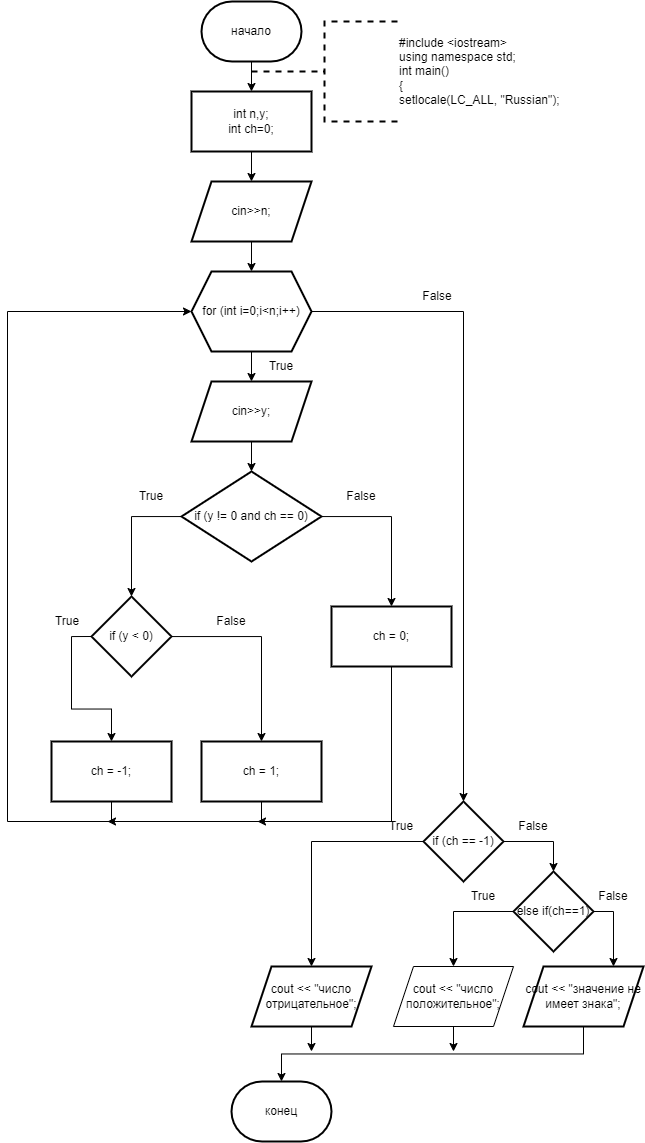
ksinph/PSTU_LABS_2023 keeps this draw.io diagram as 2_11.drawio.png. Above is the earlier version. Source tidied: cells renumbered, new cells last; positions are measured from the earlier drawing's top-left corner, leaving out a move shared by most shapes.
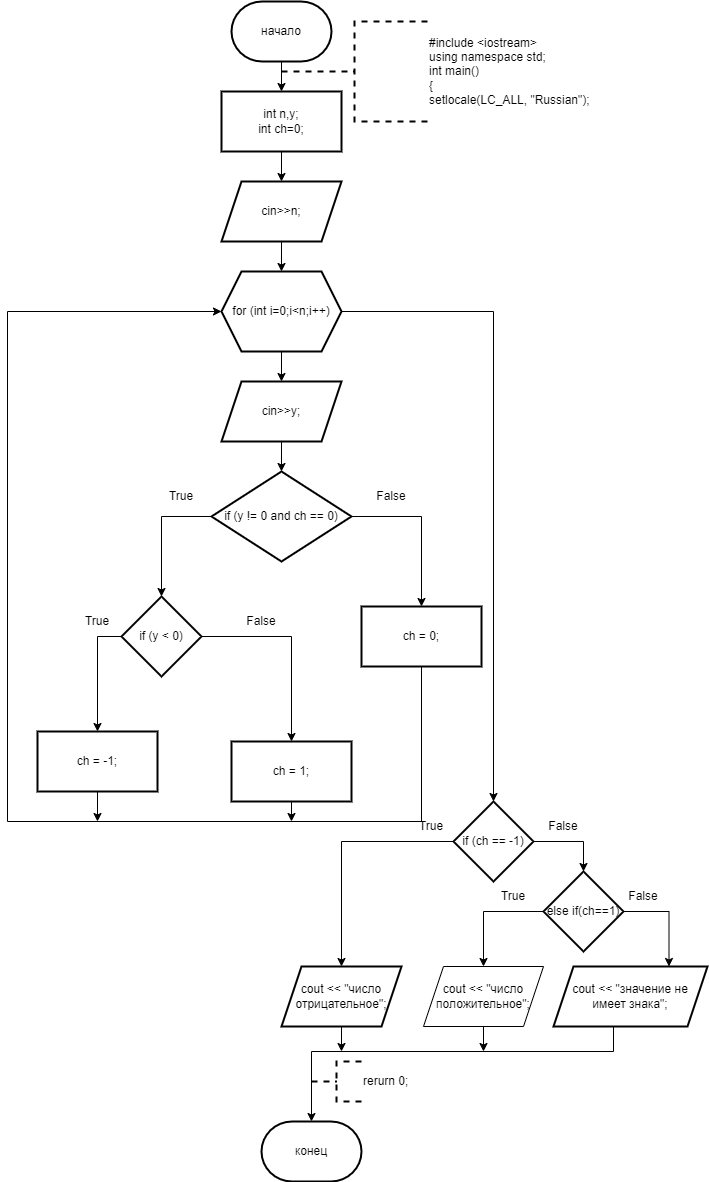
Above is the later version.

Change to the diagram source:
```diff
@@ -53,37 +53,31 @@
     <mxCell id="18" value="if (y &amp;lt; 0)" style="rhombus;whiteSpace=wrap;html=1;strokeWidth=2;" parent="1" vertex="1">
       <mxGeometry x="84" y="595" width="80" height="80" as="geometry" />
     </mxCell>
-    <mxCell id="19" style="edgeStyle=orthogonalEdgeStyle;rounded=0;jettySize=auto;html=1;exitX=0.5;exitY=1;exitDx=0;exitDy=0;entryX=0;entryY=0.5;entryDx=0;entryDy=0;" parent="1" edge="1" source="20" target="10">
-      <mxGeometry relative="1" as="geometry">
-        <Array as="points">
-          <mxPoint x="104" y="820" />
-          <mxPoint y="820" />
-          <mxPoint y="310" />
-        </Array>
-      </mxGeometry>
-    </mxCell>
+    <mxCell id="49" style="edgeStyle=orthogonalEdgeStyle;rounded=0;jettySize=auto;html=1;exitX=0.5;exitY=1;exitDx=0;exitDy=0;" parent="1" edge="1" source="20">
+      <mxGeometry relative="1" as="geometry">
+        <mxPoint x="60" y="820" as="targetPoint" />
+      </mxGeometry>
+    </mxCell>
     <mxCell id="20" value="ch = -1;" style="whiteSpace=wrap;html=1;strokeWidth=2;" parent="1" vertex="1">
-      <mxGeometry x="44" y="740" width="120" height="60" as="geometry" />
+      <mxGeometry y="730" width="120" height="60" as="geometry" />
     </mxCell>
-    <mxCell id="21" style="edgeStyle=orthogonalEdgeStyle;rounded=0;jettySize=auto;html=1;exitX=0.5;exitY=1;exitDx=0;exitDy=0;" parent="1" edge="1" source="22">
-      <mxGeometry relative="1" as="geometry">
-        <mxPoint x="100" y="820" as="targetPoint" />
-        <Array as="points">
-          <mxPoint x="254" y="820" />
-        </Array>
-      </mxGeometry>
-    </mxCell>
+    <mxCell id="50" style="edgeStyle=orthogonalEdgeStyle;rounded=0;jettySize=auto;html=1;exitX=0.5;exitY=1;exitDx=0;exitDy=0;" parent="1" edge="1" source="22">
+      <mxGeometry relative="1" as="geometry">
+        <mxPoint x="254" y="820" as="targetPoint" />
+      </mxGeometry>
+    </mxCell>
     <mxCell id="22" value="ch = 1;" style="whiteSpace=wrap;html=1;strokeWidth=2;" parent="1" vertex="1">
       <mxGeometry x="194" y="740" width="120" height="60" as="geometry" />
     </mxCell>
-    <mxCell id="23" style="edgeStyle=orthogonalEdgeStyle;rounded=0;jettySize=auto;html=1;exitX=0.5;exitY=1;exitDx=0;exitDy=0;" parent="1" edge="1" source="24">
-      <mxGeometry relative="1" as="geometry">
-        <mxPoint x="250" y="820" as="targetPoint" />
-        <Array as="points">
-          <mxPoint x="384" y="820" />
-        </Array>
-      </mxGeometry>
-    </mxCell>
+    <mxCell id="51" style="edgeStyle=orthogonalEdgeStyle;rounded=0;jettySize=auto;html=1;exitX=0.5;exitY=1;exitDx=0;exitDy=0;entryX=0;entryY=0.5;entryDx=0;entryDy=0;" parent="1" edge="1" source="24" target="10">
+      <mxGeometry relative="1" as="geometry">
+        <Array as="points">
+          <mxPoint x="384" y="820" />
+          <mxPoint x="-30" y="820" />
+          <mxPoint x="-30" y="310" />
+        </Array>
+      </mxGeometry>
+    </mxCell>
     <mxCell id="24" value="ch = 0;" style="whiteSpace=wrap;html=1;strokeWidth=2;" parent="1" vertex="1">
       <mxGeometry x="324" y="605" width="120" height="60" as="geometry" />
     </mxCell>
@@ -122,23 +116,22 @@
       <mxGeometry x="386" y="965" width="120" height="60" as="geometry" />
     </mxCell>
     <mxCell id="35" value="cout &amp;lt;&amp;lt; &quot;значение не имеет знака&quot;;" style="shape=parallelogram;perimeter=parallelogramPerimeter;whiteSpace=wrap;html=1;fixedSize=1;strokeWidth=2;" parent="1" vertex="1">
-      <mxGeometry x="516" y="965" width="120" height="60" as="geometry" />
+      <mxGeometry x="516" y="965" width="154" height="60" as="geometry" />
     </mxCell>
     <mxCell id="36" value="конец" style="strokeWidth=2;html=1;shape=mxgraph.flowchart.terminator;whiteSpace=wrap;" parent="1" vertex="1">
-      <mxGeometry x="224" y="1080" width="100" height="60" as="geometry" />
+      <mxGeometry x="224" y="1120" width="100" height="60" as="geometry" />
     </mxCell>
     <mxCell id="37" style="edgeStyle=orthogonalEdgeStyle;rounded=0;jettySize=auto;html=1;exitX=0.5;exitY=1;exitDx=0;exitDy=0;entryX=0.5;entryY=0;entryDx=0;entryDy=0;entryPerimeter=0;" parent="1" edge="1" source="35" target="36">
-      <mxGeometry relative="1" as="geometry" />
+      <mxGeometry relative="1" as="geometry">
+        <Array as="points">
+          <mxPoint x="576" y="1050" />
+          <mxPoint x="274" y="1050" />
+        </Array>
+      </mxGeometry>
     </mxCell>
     <mxCell id="38" value="&lt;div&gt;#include &amp;lt;iostream&amp;gt;&lt;/div&gt;&lt;div&gt;using namespace std;&lt;/div&gt;&lt;div&gt;int main()&lt;/div&gt;&lt;div&gt;{&lt;/div&gt;&lt;div&gt;setlocale(LC_ALL, &quot;Russian&quot;);&lt;span style=&quot;&quot;&gt;&lt;/span&gt;&lt;/div&gt;" style="strokeWidth=2;html=1;shape=mxgraph.flowchart.annotation_2;align=left;labelPosition=right;dashed=1;" parent="1" vertex="1">
       <mxGeometry x="244" y="20" width="146" height="100" as="geometry" />
     </mxCell>
-    <mxCell id="39" value="True" style="text;html=1;strokeColor=none;fillColor=none;align=center;verticalAlign=middle;whiteSpace=wrap;rounded=0;" parent="1" vertex="1">
-      <mxGeometry x="244" y="350" width="60" height="30" as="geometry" />
-    </mxCell>
-    <mxCell id="40" value="False" style="text;html=1;strokeColor=none;fillColor=none;align=center;verticalAlign=middle;whiteSpace=wrap;rounded=0;" parent="1" vertex="1">
-      <mxGeometry x="400" y="280" width="60" height="30" as="geometry" />
-    </mxCell>
     <mxCell id="41" value="True" style="text;html=1;strokeColor=none;fillColor=none;align=center;verticalAlign=middle;whiteSpace=wrap;rounded=0;" parent="1" vertex="1">
       <mxGeometry x="114" y="480" width="60" height="30" as="geometry" />
     </mxCell>
@@ -163,5 +156,8 @@
     <mxCell id="48" value="True" style="text;html=1;strokeColor=none;fillColor=none;align=center;verticalAlign=middle;whiteSpace=wrap;rounded=0;" parent="1" vertex="1">
       <mxGeometry x="446" y="880" width="60" height="30" as="geometry" />
     </mxCell>
+    <mxCell id="52" value="rerurn 0;" style="strokeWidth=2;html=1;shape=mxgraph.flowchart.annotation_2;align=left;labelPosition=right;dashed=1;" parent="1" vertex="1">
+      <mxGeometry x="274" y="1060" width="50" height="40" as="geometry" />
+    </mxCell>
   </root>
 </mxGraphModel>
```
